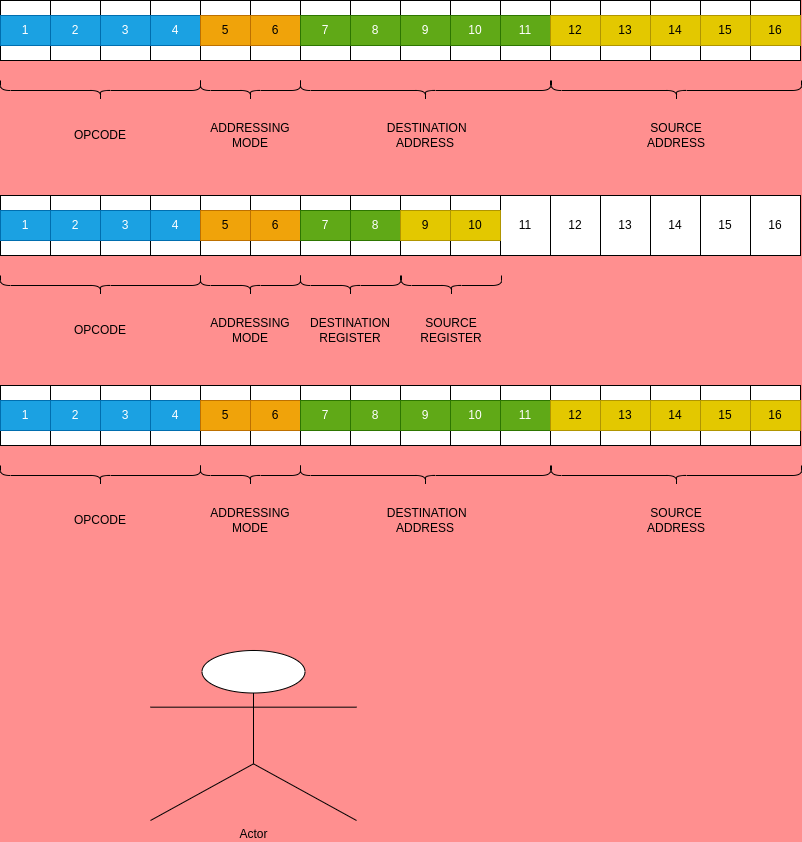
The draw.io diagram Diagrams/Instruction_Format.drawio.png in AbiPrescott/Sharp-R8, before a commit. Source tidied: cells renumbered, new cells last; positions are measured from the earlier drawing's top-left corner, leaving out a move shared by most shapes.
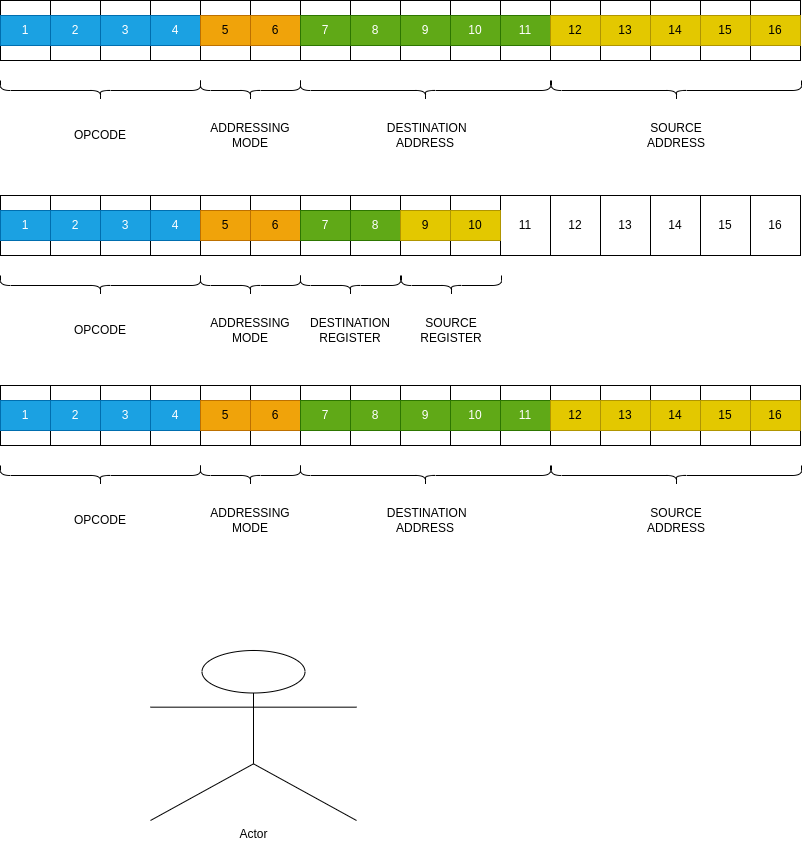
After the change.

What changed in the source:
```diff
@@ -1,4 +1,4 @@
-<mxGraphModel background="#FF8F8F">
+<mxGraphModel background="#FFFFFF">
   <root>
     <mxCell id="0" />
     <mxCell id="1" parent="0" />
```
